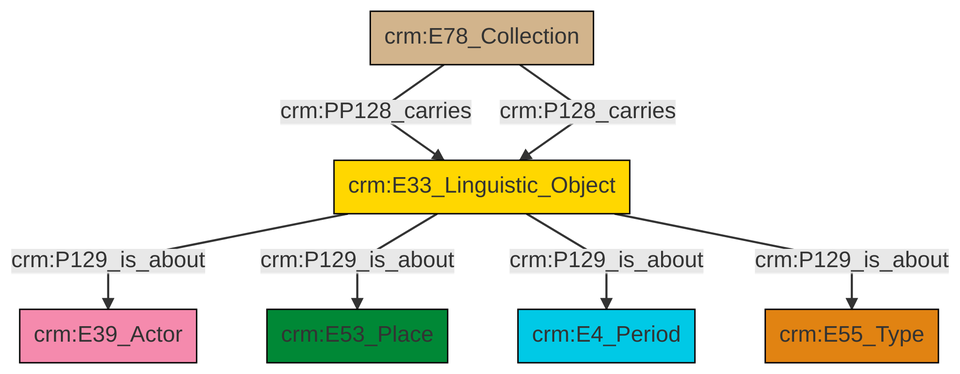
swiss-art-research-net/docs.swissartresearch keeps this Mermaid diagram as et/archivalCSV/ttl/mmd/png/archival_aboutness.png. Above is the earlier version. Its source is kept beside it as et/archivalCSV/ttl/mmd/archival_aboutness.ttl.mmd.
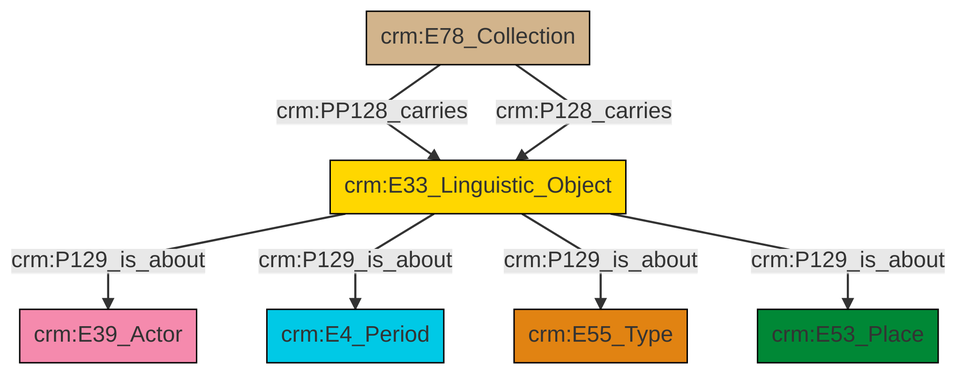
After the commit.

Change to the diagram source:
```diff
@@ -13,9 +13,9 @@
 classDef PC_Classes fill:#4ce600, stroke:#000000;
 classDef Multi fill:#cccccc,stroke:#000000;
 
-0["crm:E33_Linguistic_Object"]:::Conceptual_Object -->|crm:P129_is_about| 1["crm:E39_Actor"]:::Actor
-0["crm:E33_Linguistic_Object"]:::Conceptual_Object -->|crm:P129_is_about| 4["crm:E53_Place"]:::Place
-0["crm:E33_Linguistic_Object"]:::Conceptual_Object -->|crm:P129_is_about| 2["crm:E4_Period"]:::Temporal_Entity
-6["crm:E78_Collection"]:::Physical_Thing -->|crm:PP128_carries| 0["crm:E33_Linguistic_Object"]:::Conceptual_Object
-0["crm:E33_Linguistic_Object"]:::Conceptual_Object -->|crm:P129_is_about| 8["crm:E55_Type"]:::Type
-6["crm:E78_Collection"]:::Physical_Thing -->|crm:P128_carries| 0["crm:E33_Linguistic_Object"]:::Conceptual_Object
+0["crm:E78_Collection"]:::Physical_Thing -->|crm:PP128_carries| 4["crm:E33_Linguistic_Object"]:::Conceptual_Object
+4["crm:E33_Linguistic_Object"]:::Conceptual_Object -->|crm:P129_is_about| 5["crm:E39_Actor"]:::Actor
+0["crm:E78_Collection"]:::Physical_Thing -->|crm:P128_carries| 4["crm:E33_Linguistic_Object"]:::Conceptual_Object
+4["crm:E33_Linguistic_Object"]:::Conceptual_Object -->|crm:P129_is_about| 10["crm:E4_Period"]:::Temporal_Entity
+4["crm:E33_Linguistic_Object"]:::Conceptual_Object -->|crm:P129_is_about| 7["crm:E55_Type"]:::Type
+4["crm:E33_Linguistic_Object"]:::Conceptual_Object -->|crm:P129_is_about| 2["crm:E53_Place"]:::Place
```
